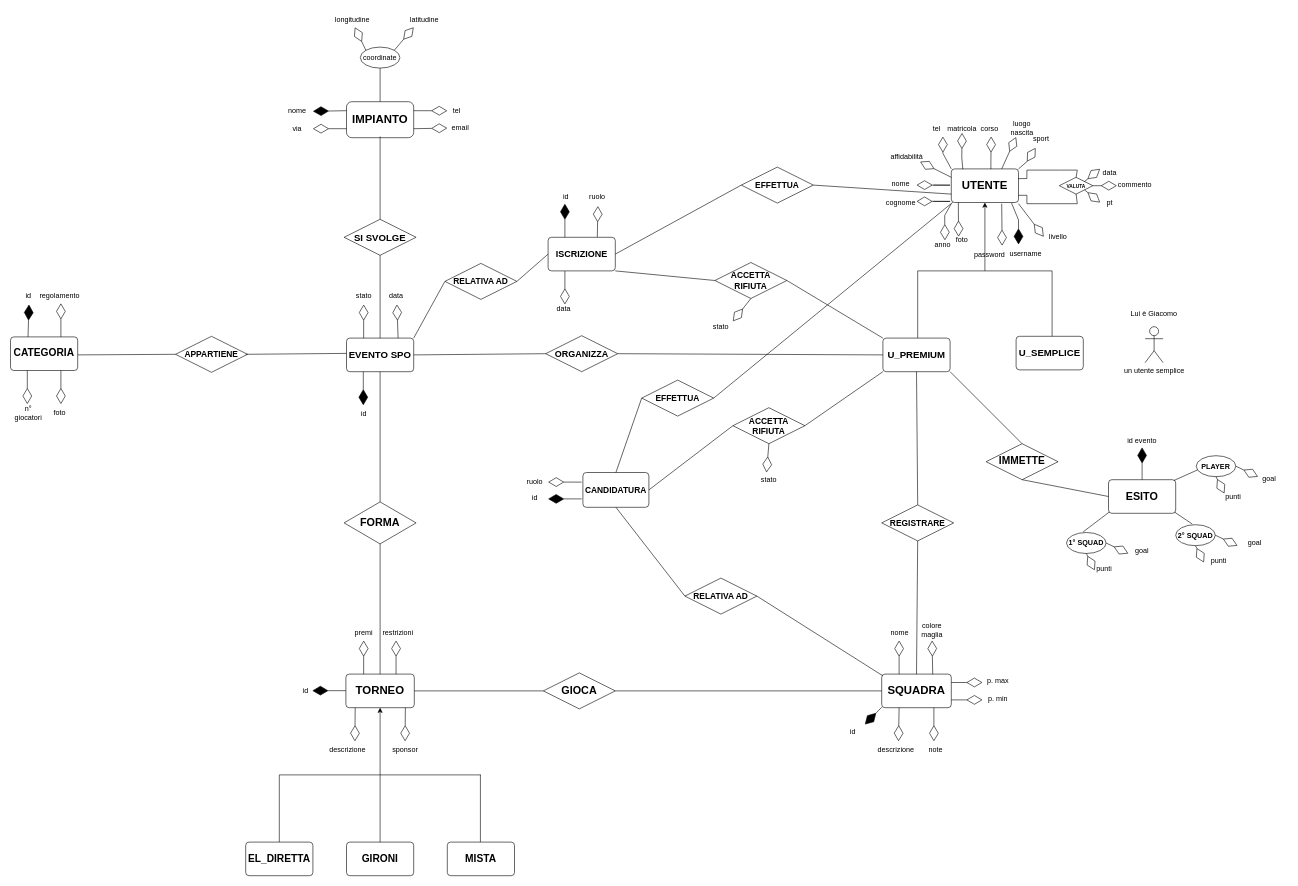
Earlier version of the draw.io diagram Project-EER.drawio (KintsuKayaba/UniGeSocialSport). Source tidied: cells renumbered, new cells numbered last; positions are measured from the earlier drawing's top-left corner, leaving out a move shared by most shapes. Both pictures are drawn from the tidied source at 60%, with x=0, y=0 at pixel (10, 10).
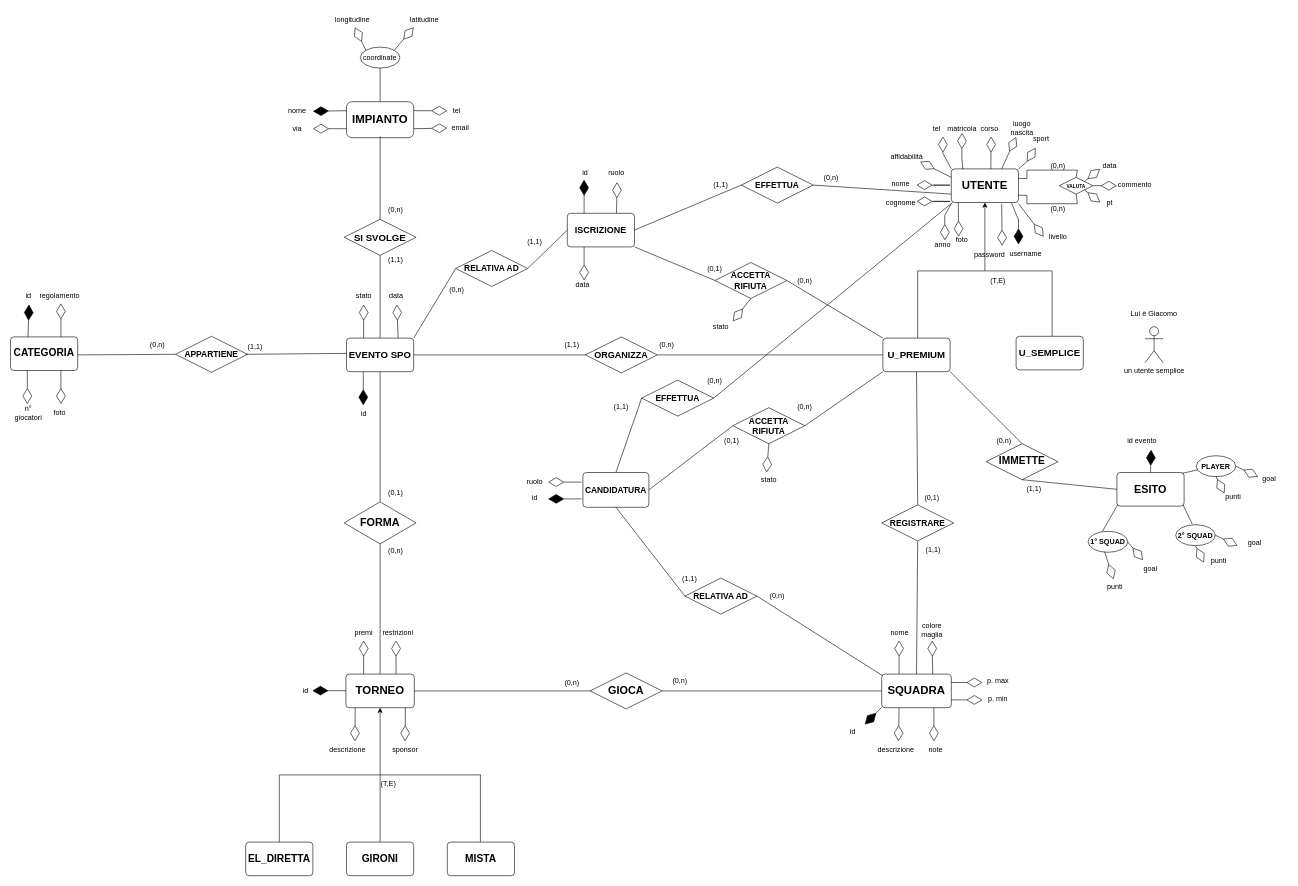
Above is the later version.

Commit message:
Aggiunte cardinalità

The change refers to these unchanged cells:
```xml
<mxCell id="147" value="id evento" style="text;html=1;align=center;verticalAlign=middle;whiteSpace=wrap;rounded=0;" parent="1" vertex="1">
  <mxGeometry x="1856" y="702" width="60" height="30" as="geometry" />
</mxCell>
```

Change to the diagram source:
```diff
@@
     <mxCell id="26" value="&lt;b&gt;&lt;font style=&quot;font-size: 15px;&quot;&gt;ORGANIZZA&lt;/font&gt;&lt;/b&gt;" style="shape=rhombus;perimeter=rhombusPerimeter;whiteSpace=wrap;html=1;align=center;" parent="1" vertex="1">
-      <mxGeometry x="892" y="542" width="120" height="60" as="geometry" />
+      <mxGeometry x="958" y="544" width="120" height="60" as="geometry" />
     </mxCell>
@@
     <mxCell id="109" value="data" style="text;html=1;align=center;verticalAlign=middle;whiteSpace=wrap;rounded=0;" parent="1" vertex="1">
-      <mxGeometry x="1802" y="255" width="60" height="30" as="geometry" />
+      <mxGeometry x="1802" y="244" width="60" height="30" as="geometry" />
     </mxCell>
@@
     <mxCell id="121" style="endArrow=diamondThin;endFill=0;endSize=24;html=1;rounded=0;exitX=0.25;exitY=1;exitDx=0;exitDy=0;" parent="1" edge="1" source="154">
       <mxGeometry relative="1" as="geometry">
-        <mxPoint x="924" y="490" as="targetPoint" />
+        <mxPoint x="956" y="450" as="targetPoint" />
       </mxGeometry>
     </mxCell>
     <mxCell id="122" style="endArrow=diamondThin;endFill=0;endSize=24;html=1;rounded=0;exitX=0.5;exitY=0;exitDx=0;exitDy=0;" parent="1" edge="1">
       <mxGeometry relative="1" as="geometry">
-        <mxPoint x="978" y="378" as="sourcePoint" />
-        <mxPoint x="979" y="326" as="targetPoint" />
+        <mxPoint x="1010" y="338" as="sourcePoint" />
+        <mxPoint x="1011" y="286" as="targetPoint" />
       </mxGeometry>
     </mxCell>
     <mxCell id="123" value="ruolo" style="text;html=1;align=center;verticalAlign=middle;whiteSpace=wrap;rounded=0;" parent="1" vertex="1">
-      <mxGeometry x="948" y="296" width="60" height="30" as="geometry" />
+      <mxGeometry x="980" y="256" width="60" height="30" as="geometry" />
     </mxCell>
     <mxCell id="124" value="data" style="text;html=1;align=center;verticalAlign=middle;whiteSpace=wrap;rounded=0;" parent="1" vertex="1">
-      <mxGeometry x="892" y="481.5" width="60" height="30" as="geometry" />
+      <mxGeometry x="924" y="441.5" width="60" height="30" as="geometry" />
     </mxCell>
     <mxCell id="125" value="&lt;b&gt;&lt;font style=&quot;font-size: 18px;&quot;&gt;ESITO&lt;/font&gt;&lt;/b&gt;" style="rounded=1;arcSize=10;whiteSpace=wrap;html=1;align=center;" parent="1" vertex="1">
-      <mxGeometry x="1830" y="782" width="112" height="56" as="geometry" />
+      <mxGeometry x="1844" y="770" width="112" height="56" as="geometry" />
     </mxCell>
@@
     <mxCell id="135" value="&lt;b&gt;1° SQUAD&lt;/b&gt;" style="ellipse;whiteSpace=wrap;html=1;align=center;" parent="1" vertex="1">
-      <mxGeometry x="1760" y="870" width="66" height="35" as="geometry" />
+      <mxGeometry x="1796" y="868" width="66" height="35" as="geometry" />
     </mxCell>
-    <mxCell id="136" style="endArrow=none;html=1;rounded=0;entryX=0.011;entryY=0.964;entryDx=0;entryDy=0;exitX=0.42;exitY=-0.029;exitDx=0;exitDy=0;exitPerimeter=0;entryPerimeter=0;" parent="1" edge="1" source="135" target="125">
-      <mxGeometry relative="1" as="geometry" />
+    <mxCell id="136" style="endArrow=none;html=1;rounded=0;entryX=0.011;entryY=0.964;entryDx=0;entryDy=0;entryPerimeter=0;" parent="1" edge="1" target="125">
+      <mxGeometry relative="1" as="geometry">
+        <mxPoint x="1820" y="868" as="sourcePoint" />
+      </mxGeometry>
     </mxCell>
-    <mxCell id="137" style="endArrow=diamondThin;endFill=0;endSize=24;html=1;rounded=0;exitX=1;exitY=0.5;exitDx=0;exitDy=0;" parent="1" edge="1" source="135">
-      <mxGeometry relative="1" as="geometry">
-        <mxPoint x="1863" y="905" as="targetPoint" />
-      </mxGeometry>
+    <mxCell id="137" style="endArrow=diamondThin;endFill=0;endSize=24;html=1;rounded=0;exitX=1;exitY=0.5;exitDx=0;exitDy=0;" parent="1" edge="1" source="135" target="139">
+      <mxGeometry relative="1" as="geometry" />
     </mxCell>
-    <mxCell id="138" style="endArrow=diamondThin;endFill=0;endSize=24;html=1;rounded=0;exitX=0.5;exitY=1;exitDx=0;exitDy=0;" parent="1" edge="1" source="135">
-      <mxGeometry relative="1" as="geometry">
-        <mxPoint x="1807" y="933" as="targetPoint" />
-      </mxGeometry>
+    <mxCell id="138" style="endArrow=diamondThin;endFill=0;endSize=24;html=1;rounded=0;exitX=0.417;exitY=0.981;exitDx=0;exitDy=0;exitPerimeter=0;entryX=0.408;entryY=0.065;entryDx=0;entryDy=0;entryPerimeter=0;" parent="1" edge="1" source="135" target="140">
+      <mxGeometry relative="1" as="geometry" />
     </mxCell>
     <mxCell id="139" value="goal" style="text;html=1;align=center;verticalAlign=middle;whiteSpace=wrap;rounded=0;" parent="1" vertex="1">
-      <mxGeometry x="1856" y="886" width="60" height="30" as="geometry" />
+      <mxGeometry x="1870" y="916" width="60" height="30" as="geometry" />
     </mxCell>
     <mxCell id="140" value="punti" style="text;strokeColor=none;fillColor=none;spacingLeft=4;spacingRight=4;overflow=hidden;points=[[0,0.5],[1,0.5]];portConstraint=eastwest;fontSize=12;whiteSpace=wrap;html=1;" parent="1" vertex="1">
-      <mxGeometry x="1804" y="916" width="40" height="30" as="geometry" />
+      <mxGeometry x="1822" y="946" width="40" height="30" as="geometry" />
     </mxCell>
@@
-    <mxCell id="148" style="endArrow=diamondThin;endFill=1;endSize=24;html=1;rounded=0;exitX=0.5;exitY=0;exitDx=0;exitDy=0;" parent="1" edge="1" source="125">
-      <mxGeometry relative="1" as="geometry">
-        <mxPoint x="1886" y="728" as="targetPoint" />
-      </mxGeometry>
+    <mxCell id="148" style="endArrow=diamondThin;endFill=1;endSize=24;html=1;rounded=0;exitX=0.5;exitY=0;exitDx=0;exitDy=0;entryX=0.75;entryY=1;entryDx=0;entryDy=0;" parent="1" edge="1" source="125" target="147">
+      <mxGeometry relative="1" as="geometry" />
     </mxCell>
@@
     <mxCell id="154" value="&lt;b&gt;&lt;font style=&quot;font-size: 15px;&quot;&gt;ISCRIZIONE&lt;/font&gt;&lt;/b&gt;" style="rounded=1;arcSize=10;whiteSpace=wrap;html=1;align=center;" parent="1" vertex="1">
-      <mxGeometry x="896" y="378" width="112" height="56" as="geometry" />
+      <mxGeometry x="928" y="338" width="112" height="56" as="geometry" />
     </mxCell>
     <mxCell id="155" style="endArrow=diamondThin;endFill=1;endSize=24;html=1;rounded=0;exitX=0.25;exitY=0;exitDx=0;exitDy=0;" parent="1" edge="1" source="154">
       <mxGeometry relative="1" as="geometry">
-        <mxPoint x="924" y="322" as="targetPoint" />
+        <mxPoint x="956" y="282" as="targetPoint" />
       </mxGeometry>
     </mxCell>
     <mxCell id="156" value="id" style="text;html=1;align=center;verticalAlign=middle;whiteSpace=wrap;rounded=0;" parent="1" vertex="1">
-      <mxGeometry x="896" y="295" width="60" height="30" as="geometry" />
+      <mxGeometry x="928" y="255" width="60" height="30" as="geometry" />
     </mxCell>
@@
     <mxCell id="159" value="&lt;b&gt;&lt;font style=&quot;font-size: 14px;&quot;&gt;RELATIVA AD&lt;/font&gt;&lt;/b&gt;" style="shape=rhombus;perimeter=rhombusPerimeter;whiteSpace=wrap;html=1;align=center;" parent="1" vertex="1">
-      <mxGeometry x="724" y="421.5" width="120" height="60" as="geometry" />
+      <mxGeometry x="742" y="400" width="120" height="60" as="geometry" />
     </mxCell>
@@
     <mxCell id="166" value="&lt;b&gt;&lt;font style=&quot;font-size: 18px;&quot;&gt;GIOCA&lt;/font&gt;&lt;/b&gt;" style="shape=rhombus;perimeter=rhombusPerimeter;whiteSpace=wrap;html=1;align=center;" parent="1" vertex="1">
-      <mxGeometry x="888" y="1104" width="120" height="60" as="geometry" />
+      <mxGeometry x="966" y="1104" width="120" height="60" as="geometry" />
     </mxCell>
@@
+    <mxCell id="190" value="(0,n)" style="text;html=1;align=center;verticalAlign=middle;whiteSpace=wrap;rounded=0;" parent="1" vertex="1">
+      <mxGeometry x="1716" y="244" width="60" height="30" as="geometry" />
+    </mxCell>
+    <mxCell id="191" value="(0,n)" style="text;html=1;align=center;verticalAlign=middle;whiteSpace=wrap;rounded=0;" parent="1" vertex="1">
+      <mxGeometry x="1716" y="316" width="60" height="30" as="geometry" />
+    </mxCell>
+    <mxCell id="192" value="(0,n)" style="text;html=1;align=center;verticalAlign=middle;whiteSpace=wrap;rounded=0;" parent="1" vertex="1">
+      <mxGeometry x="1338" y="264" width="60" height="30" as="geometry" />
+    </mxCell>
+    <mxCell id="193" value="(1,1)" style="text;html=1;align=center;verticalAlign=middle;whiteSpace=wrap;rounded=0;" parent="1" vertex="1">
+      <mxGeometry x="1154" y="276" width="60" height="30" as="geometry" />
+    </mxCell>
+    <mxCell id="194" value="(0,n)" style="text;html=1;align=center;verticalAlign=middle;whiteSpace=wrap;rounded=0;" parent="1" vertex="1">
+      <mxGeometry x="1294" y="435" width="60" height="30" as="geometry" />
+    </mxCell>
+    <mxCell id="195" value="(0,1)" style="text;html=1;align=center;verticalAlign=middle;whiteSpace=wrap;rounded=0;" parent="1" vertex="1">
+      <mxGeometry x="1144" y="415" width="60" height="30" as="geometry" />
+    </mxCell>
+    <mxCell id="196" value="(0,n)" style="text;html=1;align=center;verticalAlign=middle;whiteSpace=wrap;rounded=0;" parent="1" vertex="1">
+      <mxGeometry x="714" y="450" width="60" height="30" as="geometry" />
+    </mxCell>
+    <mxCell id="197" value="(1,1)" style="text;html=1;align=center;verticalAlign=middle;whiteSpace=wrap;rounded=0;" parent="1" vertex="1">
+      <mxGeometry x="844" y="370" width="60" height="30" as="geometry" />
+    </mxCell>
+    <mxCell id="198" value="(0,n)" style="text;html=1;align=center;verticalAlign=middle;whiteSpace=wrap;rounded=0;" parent="1" vertex="1">
+      <mxGeometry x="1144" y="602" width="60" height="30" as="geometry" />
+    </mxCell>
+    <mxCell id="199" value="(1,1)" style="text;html=1;align=center;verticalAlign=middle;whiteSpace=wrap;rounded=0;" parent="1" vertex="1">
+      <mxGeometry x="988" y="646" width="60" height="30" as="geometry" />
+    </mxCell>
+    <mxCell id="200" value="(0,n)" style="text;html=1;align=center;verticalAlign=middle;whiteSpace=wrap;rounded=0;" parent="1" vertex="1">
+      <mxGeometry x="1294" y="646" width="60" height="30" as="geometry" />
+    </mxCell>
+    <mxCell id="201" value="(0,1)" style="text;html=1;align=center;verticalAlign=middle;whiteSpace=wrap;rounded=0;" parent="1" vertex="1">
+      <mxGeometry x="1172" y="702" width="60" height="30" as="geometry" />
+    </mxCell>
+    <mxCell id="202" value="(1,1)" style="text;html=1;align=center;verticalAlign=middle;whiteSpace=wrap;rounded=0;" parent="1" vertex="1">
+      <mxGeometry x="1102" y="933" width="60" height="30" as="geometry" />
+    </mxCell>
+    <mxCell id="203" value="(0,n)" style="text;html=1;align=center;verticalAlign=middle;whiteSpace=wrap;rounded=0;" parent="1" vertex="1">
+      <mxGeometry x="1248" y="961" width="60" height="30" as="geometry" />
+    </mxCell>
+    <mxCell id="204" value="(0,1)" style="text;html=1;align=center;verticalAlign=middle;whiteSpace=wrap;rounded=0;" parent="1" vertex="1">
+      <mxGeometry x="1506" y="798" width="60" height="30" as="geometry" />
+    </mxCell>
+    <mxCell id="205" value="(1,1)" style="text;html=1;align=center;verticalAlign=middle;whiteSpace=wrap;rounded=0;" parent="1" vertex="1">
+      <mxGeometry x="1508" y="884" width="60" height="30" as="geometry" />
+    </mxCell>
+    <mxCell id="206" value="(0,n)" style="text;html=1;align=center;verticalAlign=middle;whiteSpace=wrap;rounded=0;" parent="1" vertex="1">
+      <mxGeometry x="1626" y="702" width="60" height="30" as="geometry" />
+    </mxCell>
+    <mxCell id="207" value="(1,1)" style="text;html=1;align=center;verticalAlign=middle;whiteSpace=wrap;rounded=0;" parent="1" vertex="1">
+      <mxGeometry x="1676" y="783" width="60" height="30" as="geometry" />
+    </mxCell>
+    <mxCell id="208" value="(0,n)" style="text;html=1;align=center;verticalAlign=middle;whiteSpace=wrap;rounded=0;" parent="1" vertex="1">
+      <mxGeometry x="1086" y="1102" width="60" height="30" as="geometry" />
+    </mxCell>
+    <mxCell id="209" value="(0,n)" style="text;html=1;align=center;verticalAlign=middle;whiteSpace=wrap;rounded=0;" parent="1" vertex="1">
+      <mxGeometry x="906" y="1106" width="60" height="30" as="geometry" />
+    </mxCell>
+    <mxCell id="210" value="(0,1)" style="text;html=1;align=center;verticalAlign=middle;whiteSpace=wrap;rounded=0;" parent="1" vertex="1">
+      <mxGeometry x="612" y="789" width="60" height="30" as="geometry" />
+    </mxCell>
+    <mxCell id="211" value="(0,n)" style="text;html=1;align=center;verticalAlign=middle;whiteSpace=wrap;rounded=0;" parent="1" vertex="1">
+      <mxGeometry x="612" y="886" width="60" height="30" as="geometry" />
+    </mxCell>
+    <mxCell id="212" value="(0,n)" style="text;html=1;align=center;verticalAlign=middle;whiteSpace=wrap;rounded=0;" parent="1" vertex="1">
+      <mxGeometry x="1064" y="543" width="60" height="30" as="geometry" />
+    </mxCell>
+    <mxCell id="213" value="(1,1)" style="text;html=1;align=center;verticalAlign=middle;whiteSpace=wrap;rounded=0;" parent="1" vertex="1">
+      <mxGeometry x="906" y="541.5" width="60" height="30" as="geometry" />
+    </mxCell>
+    <mxCell id="214" value="(1,1)" style="text;html=1;align=center;verticalAlign=middle;whiteSpace=wrap;rounded=0;" parent="1" vertex="1">
+      <mxGeometry x="378" y="546" width="60" height="30" as="geometry" />
+    </mxCell>
+    <mxCell id="215" value="(0,n)" style="text;html=1;align=center;verticalAlign=middle;whiteSpace=wrap;rounded=0;" parent="1" vertex="1">
+      <mxGeometry x="215" y="541.5" width="60" height="30" as="geometry" />
+    </mxCell>
+    <mxCell id="216" value="(1,1)" style="text;html=1;align=center;verticalAlign=middle;whiteSpace=wrap;rounded=0;" parent="1" vertex="1">
+      <mxGeometry x="612" y="400" width="60" height="30" as="geometry" />
+    </mxCell>
+    <mxCell id="217" value="(0,n)" style="text;html=1;align=center;verticalAlign=middle;whiteSpace=wrap;rounded=0;" parent="1" vertex="1">
+      <mxGeometry x="612" y="318" width="60" height="30" as="geometry" />
+    </mxCell>
+    <mxCell id="218" value="(T,E)" style="text;html=1;align=center;verticalAlign=middle;whiteSpace=wrap;rounded=0;" parent="1" vertex="1">
+      <mxGeometry x="1616" y="435" width="60" height="30" as="geometry" />
+    </mxCell>
+    <mxCell id="219" value="(T,E)" style="text;html=1;align=center;verticalAlign=middle;whiteSpace=wrap;rounded=0;" parent="1" vertex="1">
+      <mxGeometry x="600" y="1274" width="60" height="30" as="geometry" />
+    </mxCell>
```
